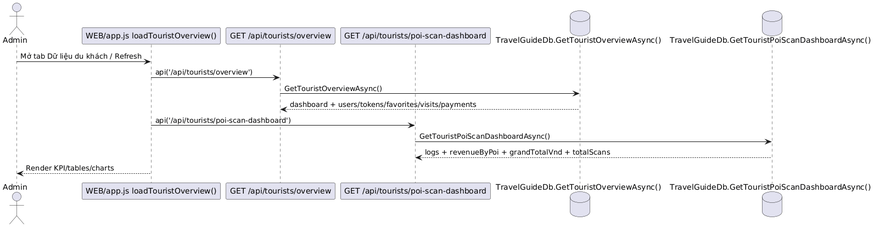
This is Diagrams/SE Admin DuLieuDuKhach.png from hoangtri22/TravelGuide, a PlantUML export, as it was before one commit. The source it was exported from:
```plantuml
@startuml
actor Admin as A
participant "WEB/app.js loadTouristOverview()" as FE
participant "GET /api/tourists/overview" as API1
participant "GET /api/tourists/poi-scan-dashboard" as API2
database "TravelGuideDb.GetTouristOverviewAsync()" as DB1
database "TravelGuideDb.GetTouristPoiScanDashboardAsync()" as DB2
A -> FE : Mở tab Dữ liệu du khách / Refresh
FE -> API1 : api('/api/tourists/overview')
API1 -> DB1 : GetTouristOverviewAsync()
DB1 --> API1 : dashboard + users/tokens/favorites/visits/payments
FE -> API2 : api('/api/tourists/poi-scan-dashboard')
API2 -> DB2 : GetTouristPoiScanDashboardAsync()
DB2 --> API2 : logs + revenueByPoi + grandTotalVnd + totalScans
FE --> A : Render KPI/tables/charts
@enduml
```
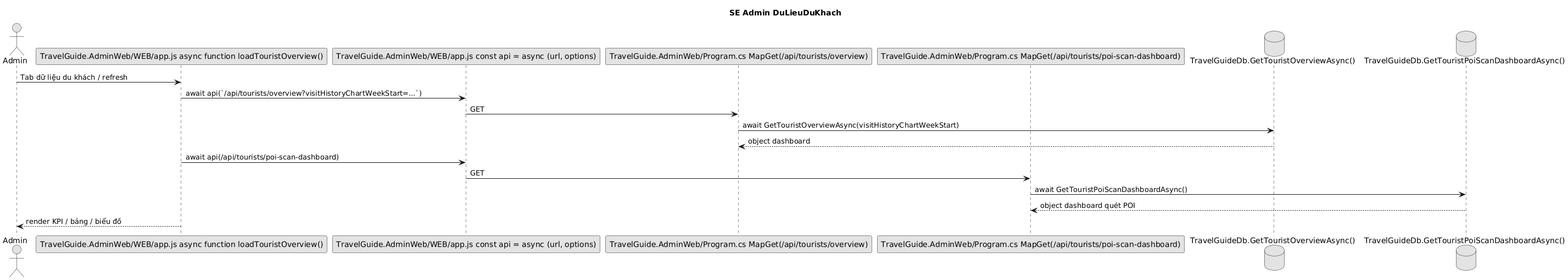
After the commit.

What changed in the source:
```diff
@@ -1,16 +1,22 @@
 @startuml
+title SE Admin DuLieuDuKhach
+skinparam shadowing false
+skinparam monochrome true
 actor Admin as A
-participant "WEB/app.js loadTouristOverview()" as FE
-participant "GET /api/tourists/overview" as API1
-participant "GET /api/tourists/poi-scan-dashboard" as API2
+participant "TravelGuide.AdminWeb/WEB/app.js async function loadTouristOverview()" as FE
+participant "TravelGuide.AdminWeb/WEB/app.js const api = async (url, options)" as APIJS
+participant "TravelGuide.AdminWeb/Program.cs MapGet(/api/tourists/overview)" as API1
+participant "TravelGuide.AdminWeb/Program.cs MapGet(/api/tourists/poi-scan-dashboard)" as API2
 database "TravelGuideDb.GetTouristOverviewAsync()" as DB1
 database "TravelGuideDb.GetTouristPoiScanDashboardAsync()" as DB2
-A -> FE : Mở tab Dữ liệu du khách / Refresh
-FE -> API1 : api('/api/tourists/overview')
-API1 -> DB1 : GetTouristOverviewAsync()
-DB1 --> API1 : dashboard + users/tokens/favorites/visits/payments
-FE -> API2 : api('/api/tourists/poi-scan-dashboard')
-API2 -> DB2 : GetTouristPoiScanDashboardAsync()
-DB2 --> API2 : logs + revenueByPoi + grandTotalVnd + totalScans
-FE --> A : Render KPI/tables/charts
+A -> FE : Tab dữ liệu du khách / refresh
+FE -> APIJS : await api(`/api/tourists/overview?visitHistoryChartWeekStart=...`)
+APIJS -> API1 : GET
+API1 -> DB1 : await GetTouristOverviewAsync(visitHistoryChartWeekStart)
+DB1 --> API1 : object dashboard
+FE -> APIJS : await api(/api/tourists/poi-scan-dashboard)
+APIJS -> API2 : GET
+API2 -> DB2 : await GetTouristPoiScanDashboardAsync()
+DB2 --> API2 : object dashboard quét POI
+FE --> A : render KPI / bảng / biểu đồ
 @enduml
```
